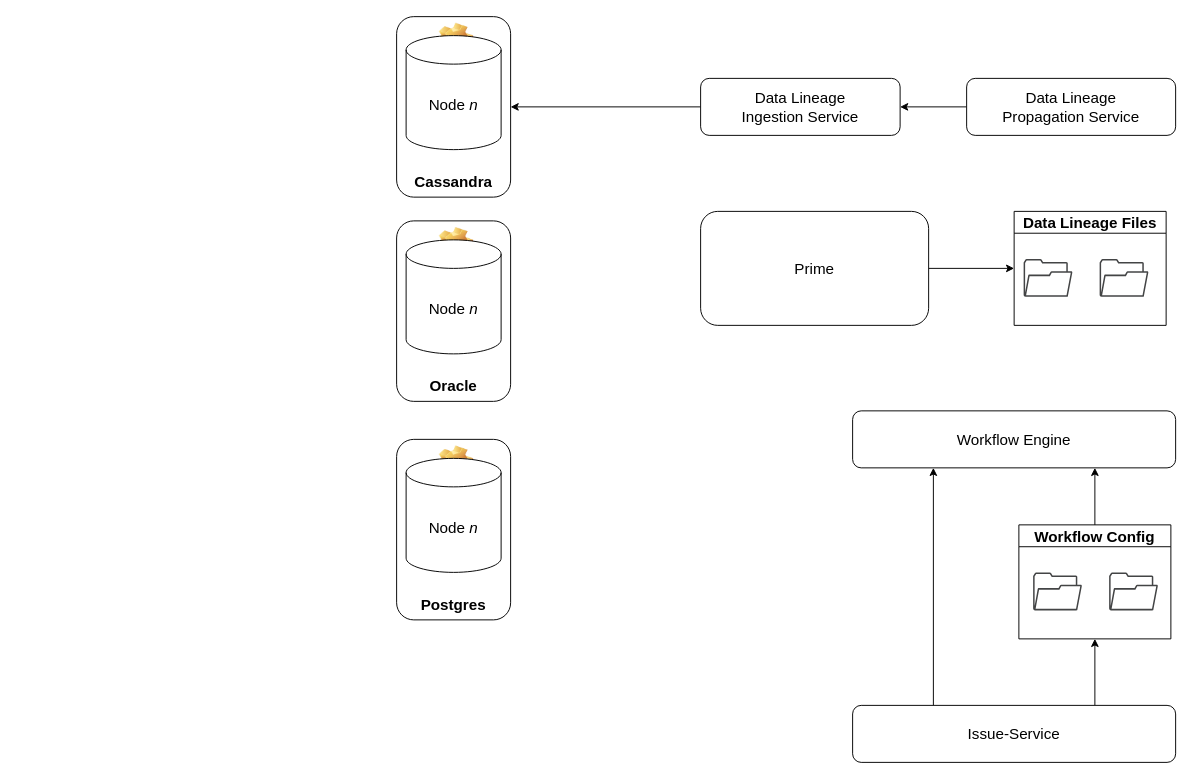
Before: Untitled Diagram.drawio in neodarkstar/acx-admin, a draw.io diagram. Source tidied: cells renumbered, new cells numbered last; positions are measured from the earlier drawing's top-left corner, leaving out a move shared by most shapes. Both pictures are drawn from the tidied source at 95%, with x=0, y=0 at pixel (396, 16).
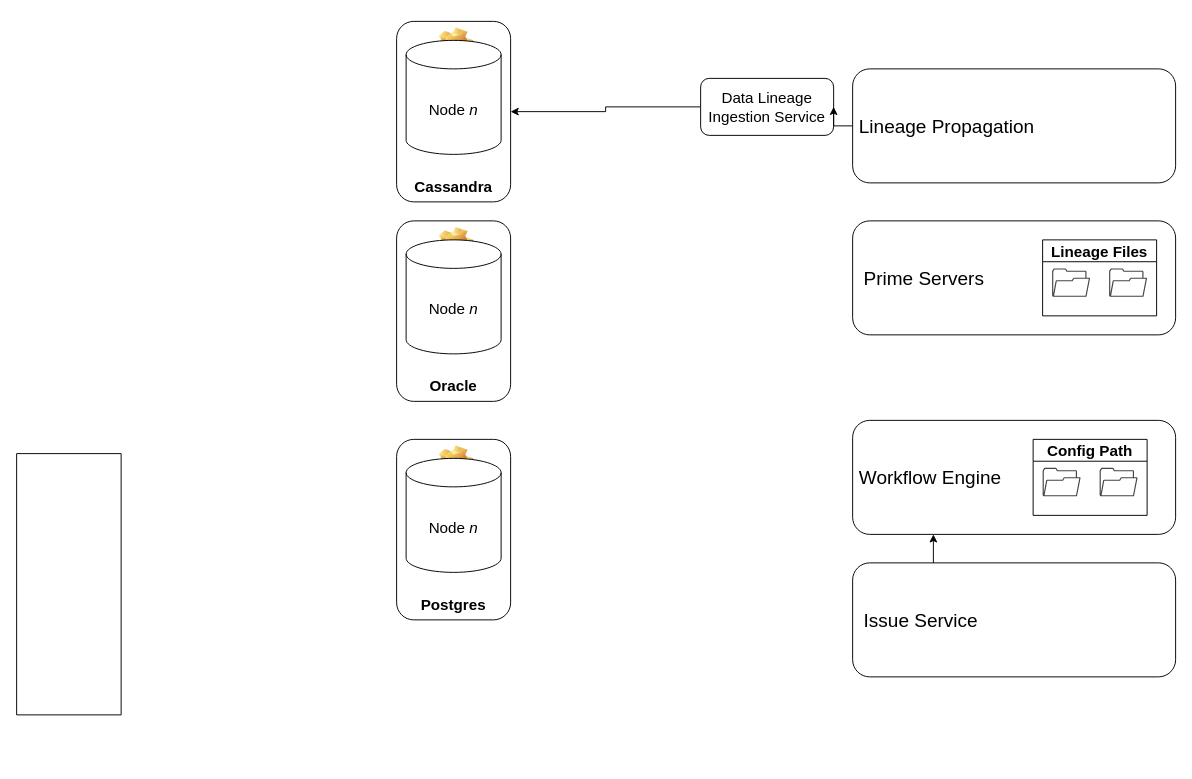
Above is the later version.

Change to the diagram source:
```diff
@@
     <mxCell id="2" value="Cassandra" style="label;whiteSpace=wrap;html=1;align=center;verticalAlign=bottom;spacingLeft=0;spacingBottom=4;imageAlign=center;imageVerticalAlign=top;image=img/clipart/Gear_128x128.png;fontSize=16;" parent="1" vertex="1">
-      <mxGeometry width="120" height="190" as="geometry" />
+      <mxGeometry y="5" width="120" height="190" as="geometry" />
     </mxCell>
-    <mxCell id="3" style="edgeStyle=orthogonalEdgeStyle;rounded=0;jettySize=auto;html=1;exitX=1;exitY=0.5;exitDx=0;exitDy=0;entryX=0;entryY=0.5;entryDx=0;entryDy=0;fontSize=16;" parent="1" edge="1" source="4" target="6">
-      <mxGeometry relative="1" as="geometry" />
-    </mxCell>
-    <mxCell id="4" value="Prime" style="rounded=1;whiteSpace=wrap;html=1;fontSize=16;" parent="1" vertex="1">
-      <mxGeometry x="320" y="205" width="240" height="120" as="geometry" />
+    <mxCell id="4" style="rounded=1;whiteSpace=wrap;html=1;fontSize=16;" parent="1" vertex="1">
+      <mxGeometry x="480" y="215" width="340" height="120" as="geometry" />
     </mxCell>
-    <mxCell id="5" style="group;" parent="1" vertex="1">
-      <mxGeometry x="650" y="205" width="160" height="120" as="geometry" />
-    </mxCell>
-    <mxCell id="6" value="Data Lineage Files" style="swimlane;fontSize=16;direction=east;" parent="5" vertex="1">
-      <mxGeometry width="160" height="120" as="geometry" />
-    </mxCell>
-    <mxCell id="7" style="sketch=0;shadow=0;dashed=0;html=1;strokeColor=none;fillColor=#434445;labelPosition=center;verticalLabelPosition=bottom;verticalAlign=top;align=center;shape=mxgraph.vvd.folder;fontSize=16;direction=east;" parent="5" vertex="1">
-      <mxGeometry x="10" y="50" width="51.4" height="40" as="geometry" />
-    </mxCell>
-    <mxCell id="8" style="sketch=0;shadow=0;dashed=0;html=1;strokeColor=none;fillColor=#434445;labelPosition=center;verticalLabelPosition=bottom;verticalAlign=top;align=center;shape=mxgraph.vvd.folder;fontSize=16;direction=east;" parent="5" vertex="1">
-      <mxGeometry x="90" y="50" width="51.4" height="40" as="geometry" />
-    </mxCell>
+    <mxCell id="13" style="rounded=1;whiteSpace=wrap;html=1;fontSize=16;" parent="1" vertex="1">
+      <mxGeometry x="480" y="425" width="340" height="120" as="geometry" />
+    </mxCell>
     <mxCell id="9" style="group;" parent="1" vertex="1">
-      <mxGeometry x="660" y="535" width="160" height="120" as="geometry" />
+      <mxGeometry x="670" y="435" width="130" height="120" as="geometry" />
     </mxCell>
+    <mxCell id="29" style="group;" parent="9" vertex="1">
+      <mxGeometry y="10" width="120" height="80" as="geometry" />
+    </mxCell>
-    <mxCell id="10" value="Workflow Config" style="swimlane;fontSize=16;direction=east;" parent="9" vertex="1">
-      <mxGeometry x="-5" width="160" height="120" as="geometry" />
+    <mxCell id="10" value="Config Path" style="swimlane;fontSize=16;direction=east;" parent="29" vertex="1">
+      <mxGeometry width="120" height="80" as="geometry" />
     </mxCell>
+    <mxCell id="30" style="sketch=0;shadow=0;dashed=0;html=1;strokeColor=none;fillColor=#434445;labelPosition=center;verticalLabelPosition=bottom;verticalAlign=top;align=center;shape=mxgraph.vvd.folder;fontSize=16;direction=east;" parent="10" vertex="1">
+      <mxGeometry x="70" y="30" width="40" height="30" as="geometry" />
+    </mxCell>
-    <mxCell id="11" style="sketch=0;shadow=0;dashed=0;html=1;strokeColor=none;fillColor=#434445;labelPosition=center;verticalLabelPosition=bottom;verticalAlign=top;align=center;shape=mxgraph.vvd.folder;fontSize=16;direction=east;" parent="9" vertex="1">
-      <mxGeometry x="10" y="50" width="51.4" height="40" as="geometry" />
+    <mxCell id="11" style="sketch=0;shadow=0;dashed=0;html=1;strokeColor=none;fillColor=#434445;labelPosition=center;verticalLabelPosition=bottom;verticalAlign=top;align=center;shape=mxgraph.vvd.folder;fontSize=16;direction=east;" parent="29" vertex="1">
+      <mxGeometry x="10" y="30" width="40" height="30" as="geometry" />
     </mxCell>
-    <mxCell id="12" style="sketch=0;shadow=0;dashed=0;html=1;strokeColor=none;fillColor=#434445;labelPosition=center;verticalLabelPosition=bottom;verticalAlign=top;align=center;shape=mxgraph.vvd.folder;fontSize=16;direction=east;" parent="9" vertex="1">
-      <mxGeometry x="90" y="50" width="51.4" height="40" as="geometry" />
-    </mxCell>
-    <mxCell id="13" value="Workflow Engine" style="rounded=1;whiteSpace=wrap;html=1;fontSize=16;" parent="1" vertex="1">
-      <mxGeometry x="480" y="415" width="340" height="60" as="geometry" />
-    </mxCell>
-    <mxCell id="14" style="edgeStyle=orthogonalEdgeStyle;rounded=0;jettySize=auto;html=1;exitX=0.5;exitY=0;exitDx=0;exitDy=0;entryX=0.75;entryY=1;entryDx=0;entryDy=0;fontSize=16;" parent="1" edge="1" source="10" target="13">
-      <mxGeometry relative="1" as="geometry" />
-    </mxCell>
-    <mxCell id="15" style="edgeStyle=orthogonalEdgeStyle;rounded=0;jettySize=auto;html=1;exitX=0.75;exitY=0;exitDx=0;exitDy=0;entryX=0.5;entryY=1;entryDx=0;entryDy=0;fontSize=16;" parent="1" edge="1" source="17" target="10">
-      <mxGeometry relative="1" as="geometry" />
-    </mxCell>
-    <mxCell id="16" style="edgeStyle=orthogonalEdgeStyle;rounded=0;jettySize=auto;html=1;exitX=0.25;exitY=0;exitDx=0;exitDy=0;entryX=0.25;entryY=1;entryDx=0;entryDy=0;fontSize=16;" parent="1" edge="1" source="17" target="13">
-      <mxGeometry relative="1" as="geometry" />
-    </mxCell>
-    <mxCell id="17" value="Issue-Service" style="rounded=1;whiteSpace=wrap;html=1;fontSize=16;" parent="1" vertex="1">
-      <mxGeometry x="480" y="725" width="340" height="60" as="geometry" />
-    </mxCell>
@@
     <mxCell id="19" value="Data Lineage&lt;br&gt;Ingestion Service" style="rounded=1;whiteSpace=wrap;html=1;fontSize=16;" parent="1" vertex="1">
-      <mxGeometry x="320" y="65" width="210" height="60" as="geometry" />
+      <mxGeometry x="320" y="65" width="140" height="60" as="geometry" />
     </mxCell>
@@
-    <mxCell id="21" value="Data Lineage&lt;br&gt;Propagation Service" style="rounded=1;whiteSpace=wrap;html=1;fontSize=16;" parent="1" vertex="1">
-      <mxGeometry x="600" y="65" width="220" height="60" as="geometry" />
+    <mxCell id="21" value="&lt;blockquote style=&quot;margin: 0px 0px 0px 40px; border: none; padding: 0px; font-size: 20px;&quot;&gt;&lt;/blockquote&gt;" style="rounded=1;whiteSpace=wrap;html=1;fontSize=16;align=left;" parent="1" vertex="1">
+      <mxGeometry x="480" y="55" width="340" height="120" as="geometry" />
     </mxCell>
     <mxCell id="22" value="Node &lt;i&gt;n&lt;/i&gt;" style="shape=cylinder3;whiteSpace=wrap;html=1;boundedLbl=1;backgroundOutline=1;size=15;fontSize=16;flipV=0;" parent="1" vertex="1">
-      <mxGeometry x="10" y="20" width="100" height="120" as="geometry" />
+      <mxGeometry x="10" y="25" width="100" height="120" as="geometry" />
     </mxCell>
@@
+    <mxCell id="31" value="&lt;font style=&quot;font-size: 20px;&quot;&gt;Workflow Engine&lt;/font&gt;" style="text;html=1;strokeColor=none;fillColor=none;align=left;verticalAlign=middle;whiteSpace=wrap;rounded=0;fontSize=16;" parent="1" vertex="1">
+      <mxGeometry x="485" y="470" width="190" height="30" as="geometry" />
+    </mxCell>
+    <mxCell id="32" style="group;" parent="1" vertex="1">
+      <mxGeometry x="680" y="225" width="130" height="120" as="geometry" />
+    </mxCell>
+    <mxCell id="33" style="group;" parent="32" vertex="1">
+      <mxGeometry y="10" width="120" height="80" as="geometry" />
+    </mxCell>
+    <mxCell id="34" value="Lineage Files" style="swimlane;fontSize=16;direction=east;" parent="33" vertex="1">
+      <mxGeometry width="120" height="80" as="geometry" />
+    </mxCell>
+    <mxCell id="35" style="sketch=0;shadow=0;dashed=0;html=1;strokeColor=none;fillColor=#434445;labelPosition=center;verticalLabelPosition=bottom;verticalAlign=top;align=center;shape=mxgraph.vvd.folder;fontSize=16;direction=east;" parent="34" vertex="1">
+      <mxGeometry x="70" y="30" width="40" height="30" as="geometry" />
+    </mxCell>
+    <mxCell id="36" style="sketch=0;shadow=0;dashed=0;html=1;strokeColor=none;fillColor=#434445;labelPosition=center;verticalLabelPosition=bottom;verticalAlign=top;align=center;shape=mxgraph.vvd.folder;fontSize=16;direction=east;" parent="33" vertex="1">
+      <mxGeometry x="10" y="30" width="40" height="30" as="geometry" />
+    </mxCell>
+    <mxCell id="37" value="&lt;font style=&quot;font-size: 20px;&quot;&gt;Prime Servers&lt;/font&gt;" style="text;html=1;strokeColor=none;fillColor=none;align=left;verticalAlign=middle;whiteSpace=wrap;rounded=0;fontSize=16;" parent="1" vertex="1">
+      <mxGeometry x="490" y="260" width="190" height="30" as="geometry" />
+    </mxCell>
+    <mxCell id="38" value="&lt;span style=&quot;font-size: 20px;&quot;&gt;Lineage Propagation&lt;/span&gt;" style="text;html=1;strokeColor=none;fillColor=none;align=left;verticalAlign=middle;whiteSpace=wrap;rounded=0;fontSize=16;" parent="1" vertex="1">
+      <mxGeometry x="485" y="100" width="190" height="30" as="geometry" />
+    </mxCell>
+    <mxCell id="39" style="edgeStyle=orthogonalEdgeStyle;rounded=0;jettySize=auto;html=1;exitX=0.25;exitY=0;exitDx=0;exitDy=0;entryX=0.25;entryY=1;entryDx=0;entryDy=0;fontSize=20;endArrow=classic;endFill=1;" parent="1" edge="1" source="40" target="13">
+      <mxGeometry relative="1" as="geometry" />
+    </mxCell>
+    <mxCell id="40" value="&lt;blockquote style=&quot;margin: 0px 0px 0px 40px; border: none; padding: 0px; font-size: 20px;&quot;&gt;&lt;/blockquote&gt;" style="rounded=1;whiteSpace=wrap;html=1;fontSize=16;align=left;" parent="1" vertex="1">
+      <mxGeometry x="480" y="575" width="340" height="120" as="geometry" />
+    </mxCell>
+    <mxCell id="41" value="&lt;span style=&quot;font-size: 20px;&quot;&gt;Issue Service&lt;/span&gt;" style="text;html=1;strokeColor=none;fillColor=none;align=left;verticalAlign=middle;whiteSpace=wrap;rounded=0;fontSize=16;" parent="1" vertex="1">
+      <mxGeometry x="490" y="620" width="190" height="30" as="geometry" />
+    </mxCell>
+    <mxCell id="42" style="verticalLabelPosition=bottom;verticalAlign=top;html=1;shape=mxgraph.basic.rect;fillColor2=none;strokeWidth=1;size=20;indent=5;fontSize=20;" parent="1" vertex="1">
+      <mxGeometry x="-400" y="460" width="110" height="275" as="geometry" />
+    </mxCell>
```
